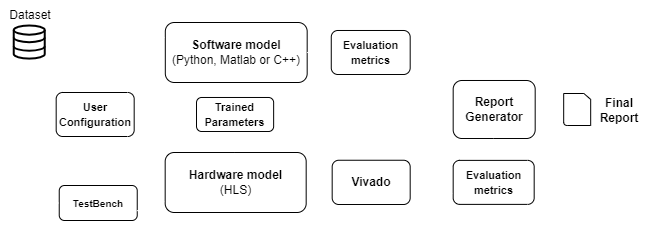
AeneasHDC/Reconfigurable_HDC_Platform keeps this draw.io diagram as doc/img/theory/aeneas_model_nobg_dark.png. Above is the earlier version. Source tidied: cells renumbered, new cells last; positions are measured from the earlier drawing's top-left corner, leaving out a move shared by most shapes.
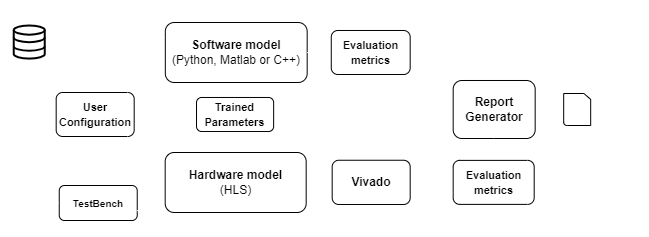
The same diagram one commit later.

The edit, as a diff of the source:
```diff
@@ -36,7 +36,7 @@
     <mxCell id="9" value="&lt;b&gt;Hardware model&lt;/b&gt;&lt;br&gt;(HLS)" style="rounded=1;whiteSpace=wrap;html=1;" parent="1" vertex="1">
       <mxGeometry x="164.7" y="152" width="141" height="60" as="geometry" />
     </mxCell>
-    <mxCell id="10" value="Dataset" style="text;html=1;align=center;verticalAlign=middle;whiteSpace=wrap;rounded=0;" parent="1" vertex="1">
+    <mxCell id="10" value="Dataset" style="text;html=1;align=center;verticalAlign=middle;whiteSpace=wrap;rounded=0;fontColor=#FFFFFF;" parent="1" vertex="1">
       <mxGeometry x="-0.3" width="60" height="30" as="geometry" />
     </mxCell>
     <mxCell id="11" style="edgeStyle=orthogonalEdgeStyle;rounded=0;jettySize=auto;html=1;strokeColor=#FFFFFF;" parent="1" edge="1" source="12" target="9">
@@ -70,7 +70,7 @@
     <mxCell id="17" style="shadow=0;dashed=0;html=1;labelPosition=center;verticalLabelPosition=bottom;verticalAlign=top;align=center;outlineConnect=0;shape=mxgraph.veeam.2d.report;" parent="1" vertex="1">
       <mxGeometry x="563.2" y="93" width="27" height="32" as="geometry" />
     </mxCell>
-    <mxCell id="18" value="&lt;b&gt;Final Report&lt;/b&gt;" style="text;html=1;align=center;verticalAlign=middle;whiteSpace=wrap;rounded=0;" parent="1" vertex="1">
+    <mxCell id="18" value="&lt;b&gt;Final Report&lt;/b&gt;" style="text;html=1;align=center;verticalAlign=middle;whiteSpace=wrap;rounded=0;fontColor=#FFFFFF;" parent="1" vertex="1">
       <mxGeometry x="588.7" y="95" width="60" height="30" as="geometry" />
     </mxCell>
     <mxCell id="19" style="endArrow=classic;html=1;rounded=0;exitX=0.526;exitY=1.065;exitDx=0;exitDy=0;exitPerimeter=0;entryX=0;entryY=0.5;entryDx=0;entryDy=0;strokeColor=#FFFFFF;" parent="1" edge="1" source="21" target="12">
```
